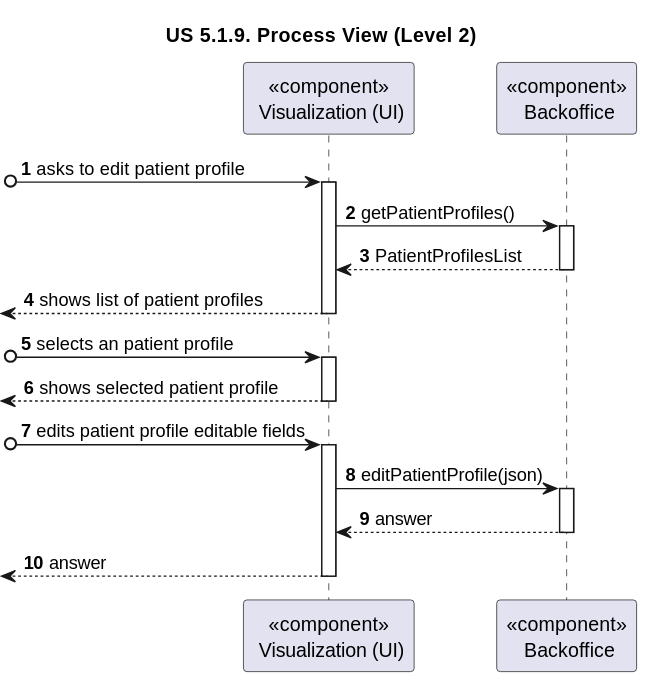
Above: docs/sprint-2/1221933/us-6.2.7/diagrams/n2/process-view-nivel2.svg in rita-barbosa/LAPR5-2425 (PlantUML), before the change.
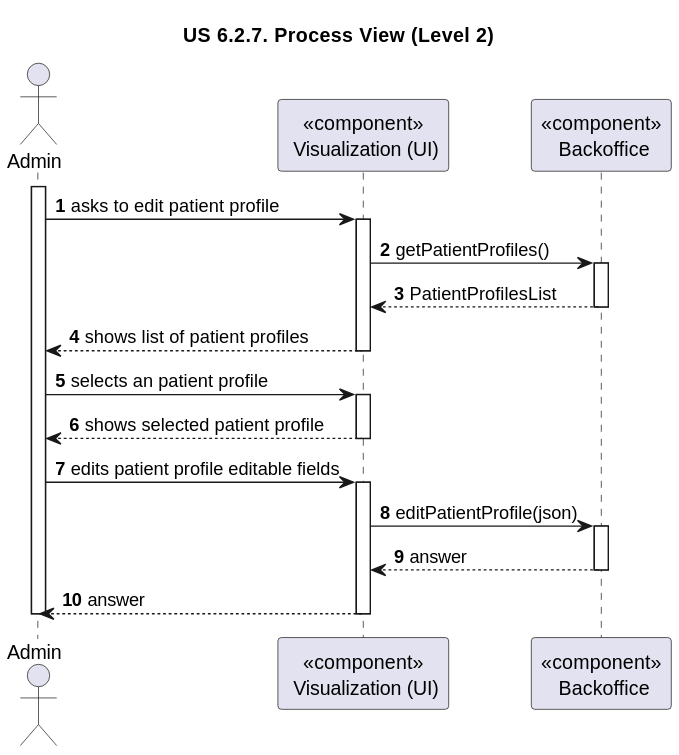
The same file after the commit.

Commit message:
DG38-331 | docs: adds process view of design.

Change to the diagram source:
```diff
@@ -1,14 +1,14 @@
 @startuml
 
-title "US 5.1.9. Process View (Level 2)"
+title "US 6.2.7. Process View (Level 2)"
 
 autonumber
-
+actor Admin as ADM
 participant "<<component>>\n Visualization (UI)" as UI
 participant "<<component>>\n Backoffice" as BACK
 
-
-[o-> UI : asks to edit patient profile
+activate ADM
+ADM-> UI : asks to edit patient profile
 activate UI
 
 UI -> BACK : getPatientProfiles()
@@ -18,18 +18,18 @@
 deactivate BACK
 
 
-<-- UI : shows list of patient profiles
+ADM <-- UI : shows list of patient profiles
 deactivate UI
 
 
-[o-> UI : selects an patient profile
+ADM-> UI : selects an patient profile
 activate UI
 
-<-- UI : shows selected patient profile
+ADM <-- UI : shows selected patient profile
 deactivate UI
 
 
-[o-> UI : edits patient profile editable fields
+ADM -> UI : edits patient profile editable fields
 activate UI
 
 UI -> BACK : editPatientProfile(json)
@@ -38,6 +38,7 @@
 BACK --> UI : answer
 deactivate BACK
 
-<-- UI : answer
+ADM <-- UI : answer
 deactivate UI
+deactivate ADM
 @enduml
```
